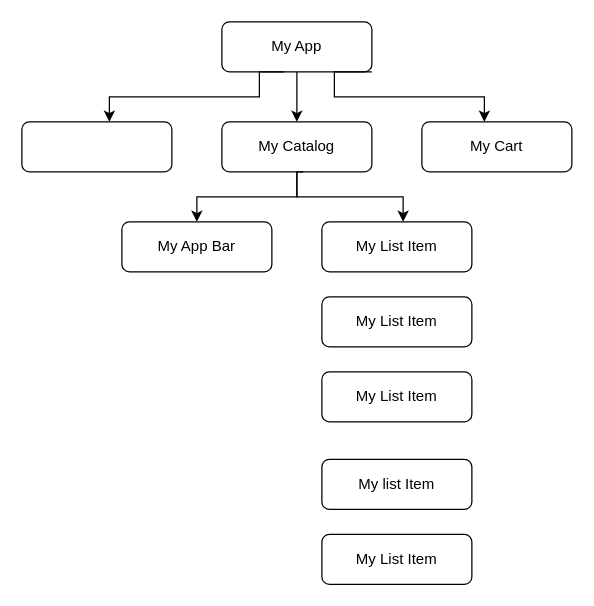
Above: assets/My App.drawio in codebreaker-Jess/Jess.github.io (draw.io), before the change. Source tidied: cells renumbered, new cells numbered last; positions are measured from the earlier drawing's top-left corner, leaving out a move shared by most shapes. Both pictures are drawn from the tidied source at 125%, with x=0, y=0 at pixel (21, 21).
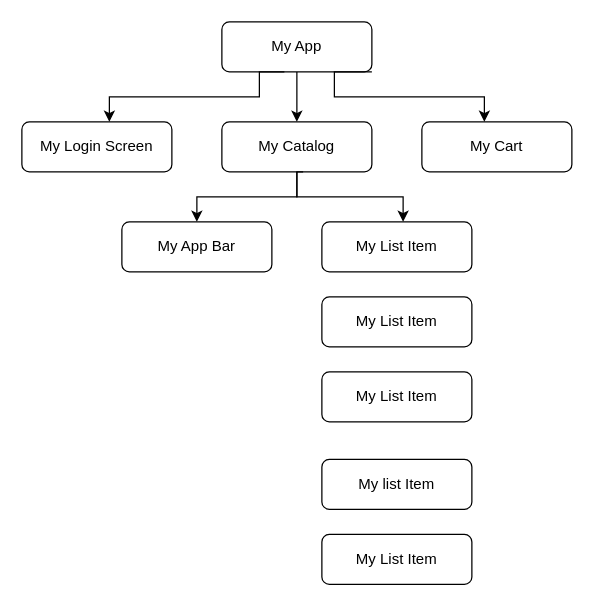
The same page after the edit.

The edit, as a diff of the source:
```diff
@@
-    <mxCell id="10" style="rounded=1;whiteSpace=wrap;html=1;" parent="1" vertex="1">
+    <mxCell id="10" value="My Login Screen" style="rounded=1;whiteSpace=wrap;html=1;" parent="1" vertex="1">
       <mxGeometry y="80" width="120" height="40" as="geometry" />
     </mxCell>
```
